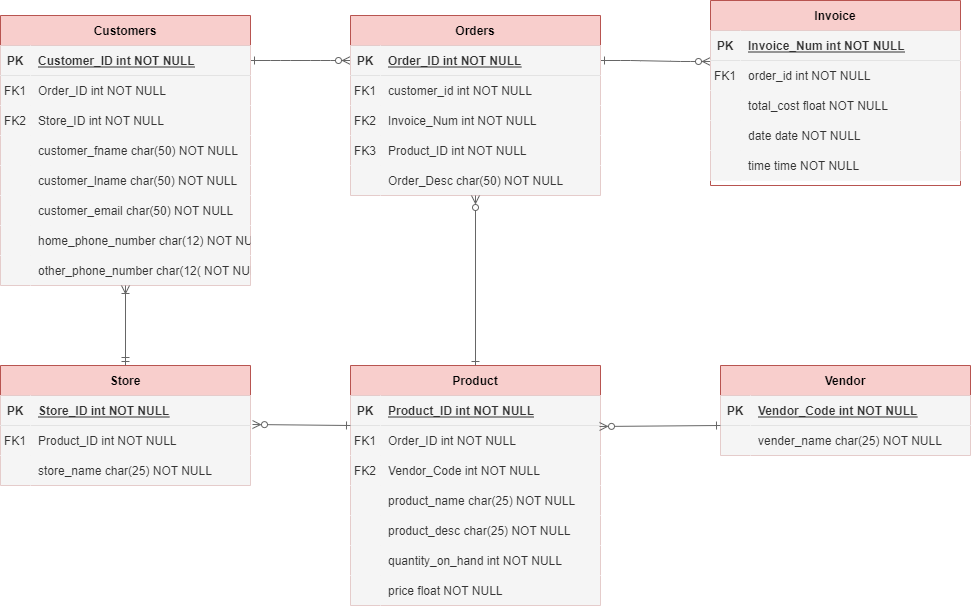
Before: Database-ERD.png, a diagram exported from draw.io (alexp385/database-project). Source tidied: cells renumbered, new cells last; positions are measured from the earlier drawing's top-left corner, leaving out a move shared by most shapes.
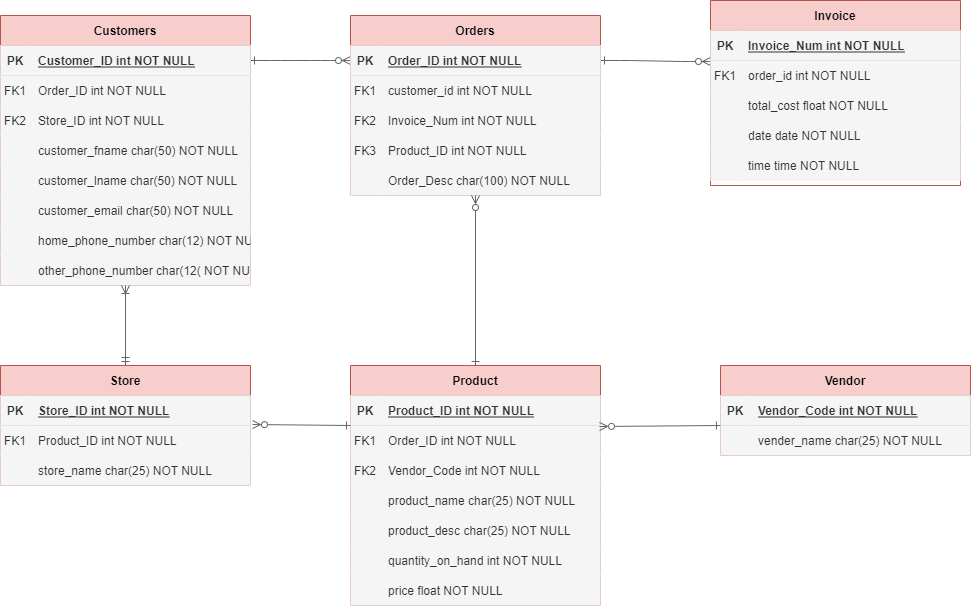
After the change.

Commit message:
Dependency diagram added

What changed in the source:
```diff
@@ -53,7 +53,7 @@
     <mxCell id="18" style="shape=partialRectangle;overflow=hidden;fillColor=#f5f5f5;top=0;left=0;bottom=0;right=0;fontColor=#333333;strokeColor=#666666;" parent="17" vertex="1">
       <mxGeometry width="30" height="30" as="geometry" />
     </mxCell>
-    <mxCell id="19" value="Order_Desc char(50) NOT NULL" style="shape=partialRectangle;overflow=hidden;fillColor=#f5f5f5;top=0;left=0;bottom=0;right=0;align=left;spacingLeft=6;fontColor=#333333;strokeColor=#666666;" parent="17" vertex="1">
+    <mxCell id="19" value="Order_Desc char(100) NOT NULL" style="shape=partialRectangle;overflow=hidden;fillColor=#f5f5f5;top=0;left=0;bottom=0;right=0;align=left;spacingLeft=6;fontColor=#333333;strokeColor=#666666;" parent="17" vertex="1">
       <mxGeometry x="30" width="220" height="30" as="geometry" />
     </mxCell>
     <mxCell id="20" value="Invoice" style="shape=table;startSize=30;rowLines=0;fontStyle=1;align=center;fillColor=#f8cecc;strokeColor=#b85450;" parent="1" vertex="1">
```
